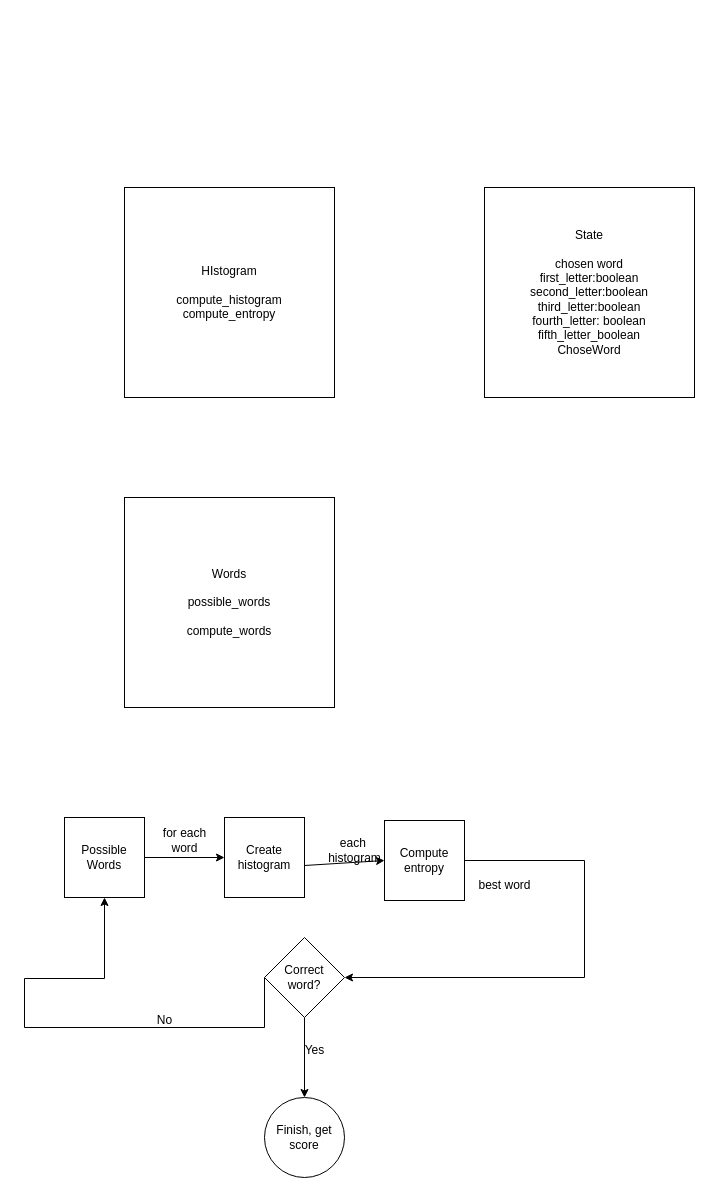
Before: HWordle.drawio in trujimat/HWordle, a draw.io diagram. Source tidied: cells renumbered, new cells numbered last; positions are measured from the earlier drawing's top-left corner, leaving out a move shared by most shapes. Both pictures are drawn from the tidied source at 100%, with x=0, y=0 at pixel (24, 187).
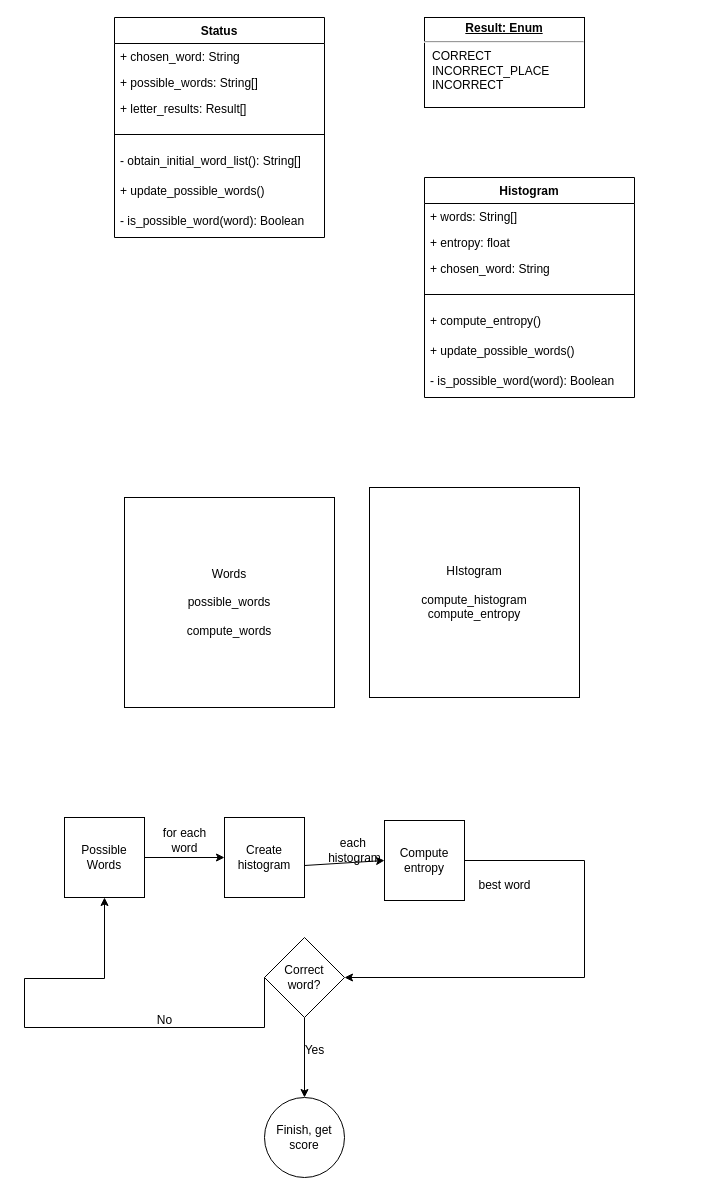
Above is the later version.

Commit message:
updated diagram will continue tommorrow

Change to the diagram source:
```diff
@@
     <mxCell id="2" value="HIstogram&lt;br&gt;&lt;br&gt;compute_histogram&lt;br&gt;compute_entropy&lt;br&gt;" style="whiteSpace=wrap;html=1;" parent="1" vertex="1">
-      <mxGeometry x="100" width="210" height="210" as="geometry" />
+      <mxGeometry x="345" y="300" width="210" height="210" as="geometry" />
     </mxCell>
-    <mxCell id="3" value="State&lt;br&gt;&lt;br&gt;chosen word&lt;br&gt;first_letter:boolean&lt;br&gt;second_letter:boolean&lt;br&gt;third_letter:boolean&lt;br&gt;fourth_letter: boolean&lt;br&gt;fifth_letter_boolean&lt;br&gt;ChoseWord" style="whiteSpace=wrap;html=1;" parent="1" vertex="1">
-      <mxGeometry x="460" width="210" height="210" as="geometry" />
-    </mxCell>
@@
+    <mxCell id="20" value="Status" style="swimlane;fontStyle=1;align=center;verticalAlign=top;horizontal=1;startSize=26;whiteSpace=wrap;html=1;" parent="1" vertex="1">
+      <mxGeometry x="90" y="-170" width="210" height="220" as="geometry" />
+    </mxCell>
+    <mxCell id="21" value="+ chosen_word: String" style="text;strokeColor=none;fillColor=none;align=left;verticalAlign=top;spacingLeft=4;spacingRight=4;overflow=hidden;whiteSpace=wrap;html=1;" parent="20" vertex="1">
+      <mxGeometry y="26" width="210" height="26" as="geometry" />
+    </mxCell>
+    <mxCell id="22" value="+ possible_words: String[]" style="text;strokeColor=none;fillColor=none;align=left;verticalAlign=top;spacingLeft=4;spacingRight=4;overflow=hidden;whiteSpace=wrap;html=1;" parent="20" vertex="1">
+      <mxGeometry y="52" width="210" height="26" as="geometry" />
+    </mxCell>
+    <mxCell id="23" value="+ letter_results: Result[]" style="text;strokeColor=none;fillColor=none;align=left;verticalAlign=top;spacingLeft=4;spacingRight=4;overflow=hidden;whiteSpace=wrap;html=1;" parent="20" vertex="1">
+      <mxGeometry y="78" width="210" height="26" as="geometry" />
+    </mxCell>
+    <mxCell id="24" style="line;strokeWidth=1;fillColor=none;align=left;verticalAlign=middle;spacingTop=-1;spacingLeft=3;spacingRight=3;labelPosition=right;strokeColor=inherit;" parent="20" vertex="1">
+      <mxGeometry y="104" width="210" height="26" as="geometry" />
+    </mxCell>
+    <mxCell id="25" value="- obtain_initial_word_list(): String[]" style="text;strokeColor=none;fillColor=none;align=left;verticalAlign=top;spacingLeft=4;spacingRight=4;overflow=hidden;whiteSpace=wrap;html=1;" parent="20" vertex="1">
+      <mxGeometry y="130" width="210" height="30" as="geometry" />
+    </mxCell>
+    <mxCell id="26" value="+ update_possible_words()" style="text;strokeColor=none;fillColor=none;align=left;verticalAlign=top;spacingLeft=4;spacingRight=4;overflow=hidden;whiteSpace=wrap;html=1;" parent="20" vertex="1">
+      <mxGeometry y="160" width="210" height="30" as="geometry" />
+    </mxCell>
+    <mxCell id="27" value="- is_possible_word(word): Boolean" style="text;strokeColor=none;fillColor=none;align=left;verticalAlign=top;spacingLeft=4;spacingRight=4;overflow=hidden;whiteSpace=wrap;html=1;" parent="20" vertex="1">
+      <mxGeometry y="190" width="210" height="30" as="geometry" />
+    </mxCell>
+    <mxCell id="28" value="&lt;p style=&quot;margin:0px;margin-top:4px;text-align:center;text-decoration:underline;&quot;&gt;&lt;b&gt;Result: Enum&lt;/b&gt;&lt;/p&gt;&lt;hr&gt;&lt;p style=&quot;margin:0px;margin-left:8px;&quot;&gt;CORRECT&lt;br&gt;INCORRECT_PLACE&lt;br&gt;INCORRECT&lt;/p&gt;" style="verticalAlign=top;align=left;overflow=fill;fontSize=12;fontFamily=Helvetica;html=1;whiteSpace=wrap;" parent="1" vertex="1">
+      <mxGeometry x="400" y="-170" width="160" height="90" as="geometry" />
+    </mxCell>
+    <mxCell id="29" value="Histogram" style="swimlane;fontStyle=1;align=center;verticalAlign=top;horizontal=1;startSize=26;whiteSpace=wrap;html=1;" parent="1" vertex="1">
+      <mxGeometry x="400" y="-10" width="210" height="220" as="geometry" />
+    </mxCell>
+    <mxCell id="30" value="+ words: String[]" style="text;strokeColor=none;fillColor=none;align=left;verticalAlign=top;spacingLeft=4;spacingRight=4;overflow=hidden;whiteSpace=wrap;html=1;" parent="29" vertex="1">
+      <mxGeometry y="26" width="210" height="26" as="geometry" />
+    </mxCell>
+    <mxCell id="31" value="+ entropy: float" style="text;strokeColor=none;fillColor=none;align=left;verticalAlign=top;spacingLeft=4;spacingRight=4;overflow=hidden;whiteSpace=wrap;html=1;" parent="29" vertex="1">
+      <mxGeometry y="52" width="210" height="26" as="geometry" />
+    </mxCell>
+    <mxCell id="32" value="+ chosen_word: String" style="text;strokeColor=none;fillColor=none;align=left;verticalAlign=top;spacingLeft=4;spacingRight=4;overflow=hidden;whiteSpace=wrap;html=1;" parent="29" vertex="1">
+      <mxGeometry y="78" width="210" height="26" as="geometry" />
+    </mxCell>
+    <mxCell id="33" style="line;strokeWidth=1;fillColor=none;align=left;verticalAlign=middle;spacingTop=-1;spacingLeft=3;spacingRight=3;labelPosition=right;strokeColor=inherit;" parent="29" vertex="1">
+      <mxGeometry y="104" width="210" height="26" as="geometry" />
+    </mxCell>
+    <mxCell id="34" value="+ compute_entropy()" style="text;strokeColor=none;fillColor=none;align=left;verticalAlign=top;spacingLeft=4;spacingRight=4;overflow=hidden;whiteSpace=wrap;html=1;" parent="29" vertex="1">
+      <mxGeometry y="130" width="210" height="30" as="geometry" />
+    </mxCell>
+    <mxCell id="35" value="+ update_possible_words()" style="text;strokeColor=none;fillColor=none;align=left;verticalAlign=top;spacingLeft=4;spacingRight=4;overflow=hidden;whiteSpace=wrap;html=1;" parent="29" vertex="1">
+      <mxGeometry y="160" width="210" height="30" as="geometry" />
+    </mxCell>
+    <mxCell id="36" value="- is_possible_word(word): Boolean" style="text;strokeColor=none;fillColor=none;align=left;verticalAlign=top;spacingLeft=4;spacingRight=4;overflow=hidden;whiteSpace=wrap;html=1;" parent="29" vertex="1">
+      <mxGeometry y="190" width="210" height="30" as="geometry" />
+    </mxCell>
```
